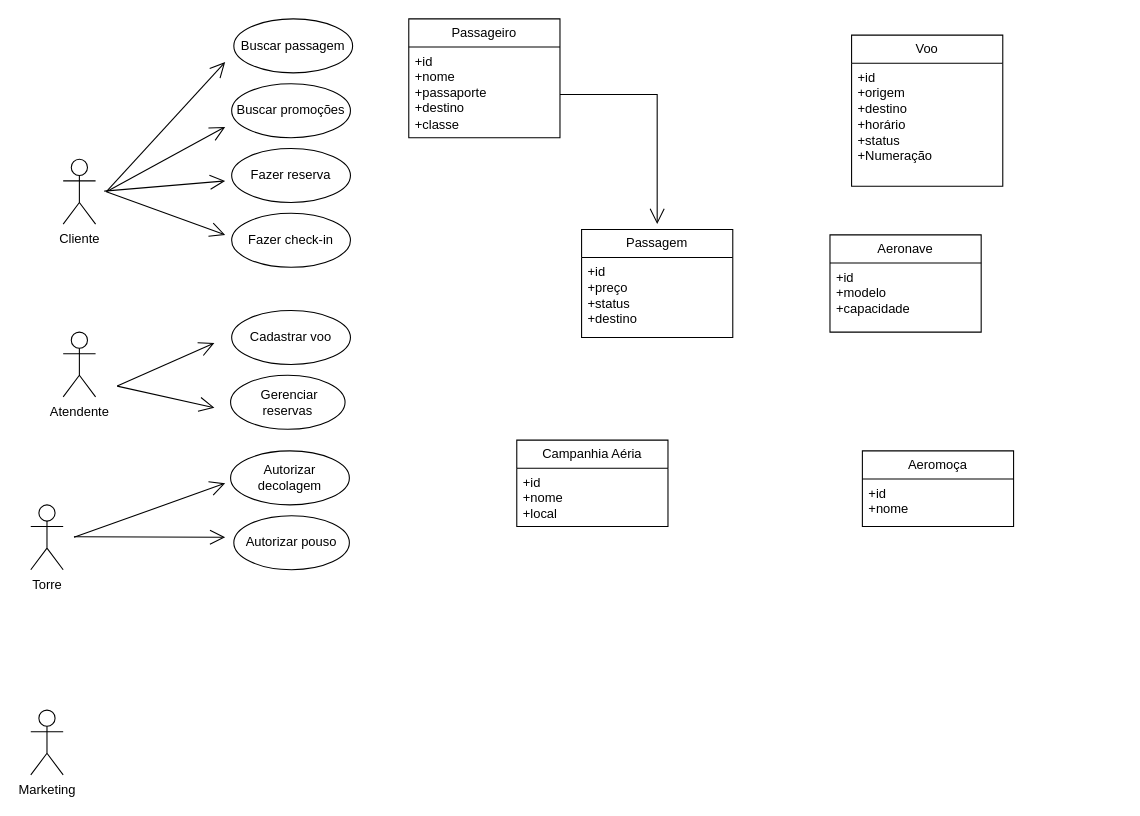
Before: page "Página-16" (16 of 17) of Diagrama sem nome.drawio in Raquelf-06/diagramasderequisitos, a draw.io diagram. Source tidied: cells renumbered, new cells numbered last; positions are measured from the earlier drawing's top-left corner, leaving out a move shared by most shapes. Both pictures are drawn from the tidied source at 108%, with x=0, y=0 at pixel (30, 18).
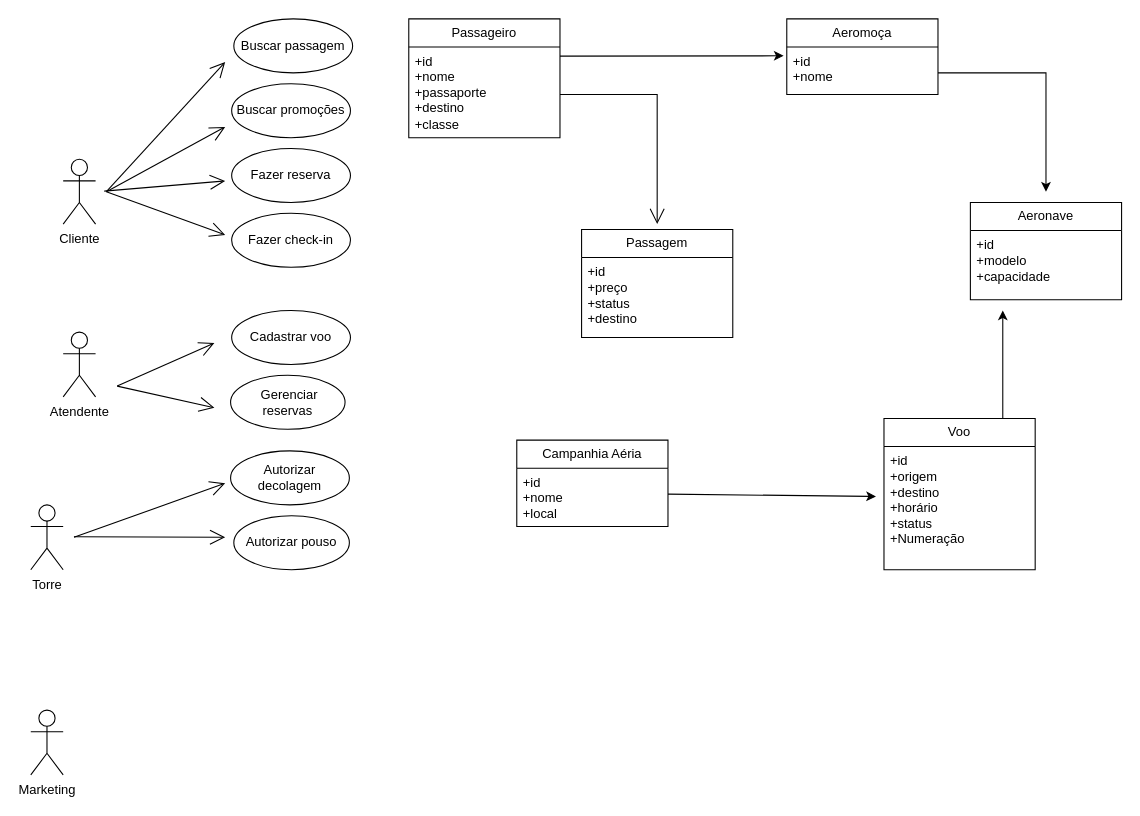
The same diagram, later.

The change refers to these unchanged cells:
```xml
<mxCell id="24" value="+id&lt;div&gt;+origem&lt;/div&gt;&lt;div&gt;+destino&lt;/div&gt;&lt;div&gt;+horário&lt;/div&gt;&lt;div&gt;+status&lt;br&gt;&lt;/div&gt;&lt;div&gt;+Numeração&lt;/div&gt;" style="text;strokeColor=none;fillColor=none;align=left;verticalAlign=top;spacingLeft=4;spacingRight=4;overflow=hidden;points=[[0,0.5],[1,0.5]];portConstraint=eastwest;whiteSpace=wrap;html=1;" parent="23" vertex="1">
  <mxGeometry y="26" width="140" height="114" as="geometry" />
</mxCell>
<mxCell id="32" value="+id&lt;div&gt;+nome&lt;/div&gt;&lt;div&gt;&lt;br&gt;&lt;/div&gt;" style="text;strokeColor=none;fillColor=none;align=left;verticalAlign=top;spacingLeft=4;spacingRight=4;overflow=hidden;points=[[0,0.5],[1,0.5]];portConstraint=eastwest;whiteSpace=wrap;html=1;" parent="31" vertex="1">
  <mxGeometry y="26" width="140" height="44" as="geometry" />
</mxCell>
```

Change to the diagram source:
```diff
@@
     <mxCell id="23" value="Voo" style="swimlane;fontStyle=0;horizontal=1;startSize=26;fillColor=none;whiteSpace=wrap;html=1;" parent="1" vertex="1">
-      <mxGeometry x="760" y="15" width="140" height="140" as="geometry" />
+      <mxGeometry x="790" y="370" width="140" height="140" as="geometry" />
     </mxCell>
@@
     <mxCell id="27" value="Aeronave" style="swimlane;fontStyle=0;horizontal=1;startSize=26;fillColor=none;whiteSpace=wrap;html=1;" parent="1" vertex="1">
-      <mxGeometry x="740" y="200" width="140" height="90" as="geometry" />
+      <mxGeometry x="870" y="170" width="140" height="90" as="geometry" />
     </mxCell>
@@
     <mxCell id="31" value="Aeromoça" style="swimlane;fontStyle=0;horizontal=1;startSize=26;fillColor=none;whiteSpace=wrap;html=1;" parent="1" vertex="1">
-      <mxGeometry x="770" y="400" width="140" height="70" as="geometry" />
+      <mxGeometry x="700" width="140" height="70" as="geometry" />
     </mxCell>
@@
+    <mxCell id="35" style="endArrow=classic;html=1;rounded=0;entryX=-0.021;entryY=0.186;entryDx=0;entryDy=0;entryPerimeter=0;" parent="1" edge="1" target="32">
+      <mxGeometry relative="1" as="geometry">
+        <mxPoint x="490" y="34.5" as="sourcePoint" />
+      </mxGeometry>
+    </mxCell>
+    <mxCell id="36" style="endArrow=classic;html=1;rounded=0;entryX=-0.053;entryY=0.405;entryDx=0;entryDy=0;entryPerimeter=0;" parent="1" edge="1" target="24">
+      <mxGeometry relative="1" as="geometry">
+        <mxPoint x="590" y="440" as="sourcePoint" />
+      </mxGeometry>
+    </mxCell>
+    <mxCell id="37" style="endArrow=classic;html=1;rounded=0;" parent="1" edge="1">
+      <mxGeometry relative="1" as="geometry">
+        <mxPoint x="900" y="370" as="sourcePoint" />
+        <mxPoint x="900" y="270" as="targetPoint" />
+      </mxGeometry>
+    </mxCell>
+    <mxCell id="38" style="endArrow=classic;html=1;rounded=0;" parent="1" edge="1">
+      <mxGeometry relative="1" as="geometry">
+        <mxPoint x="840" y="50" as="sourcePoint" />
+        <mxPoint x="940" y="160" as="targetPoint" />
+        <Array as="points">
+          <mxPoint x="940" y="50" />
+        </Array>
+      </mxGeometry>
+    </mxCell>
```
